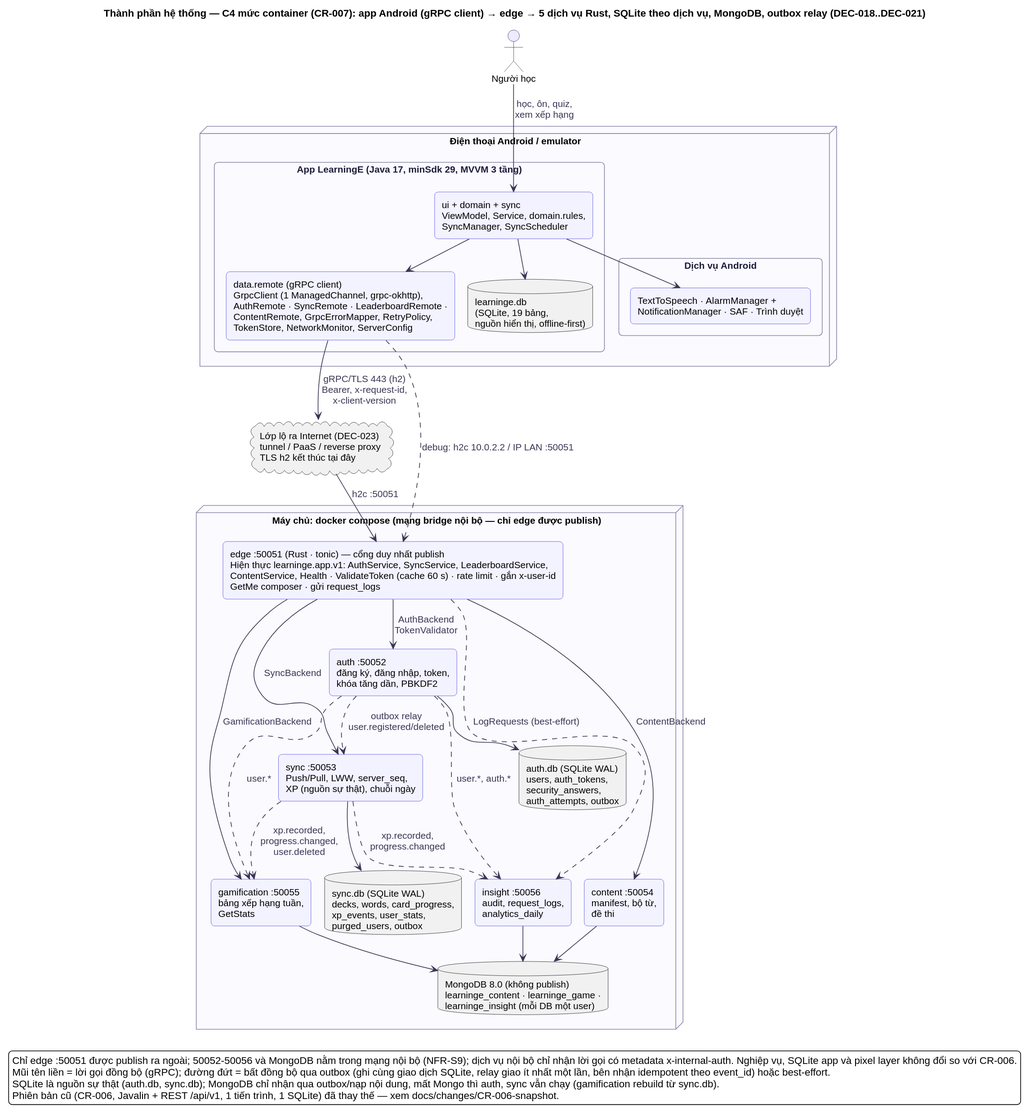
Before: docs/diagrams/architecture/arc-components.svg, a diagram exported from PlantUML (at1308033-sketch/LearningE_app).
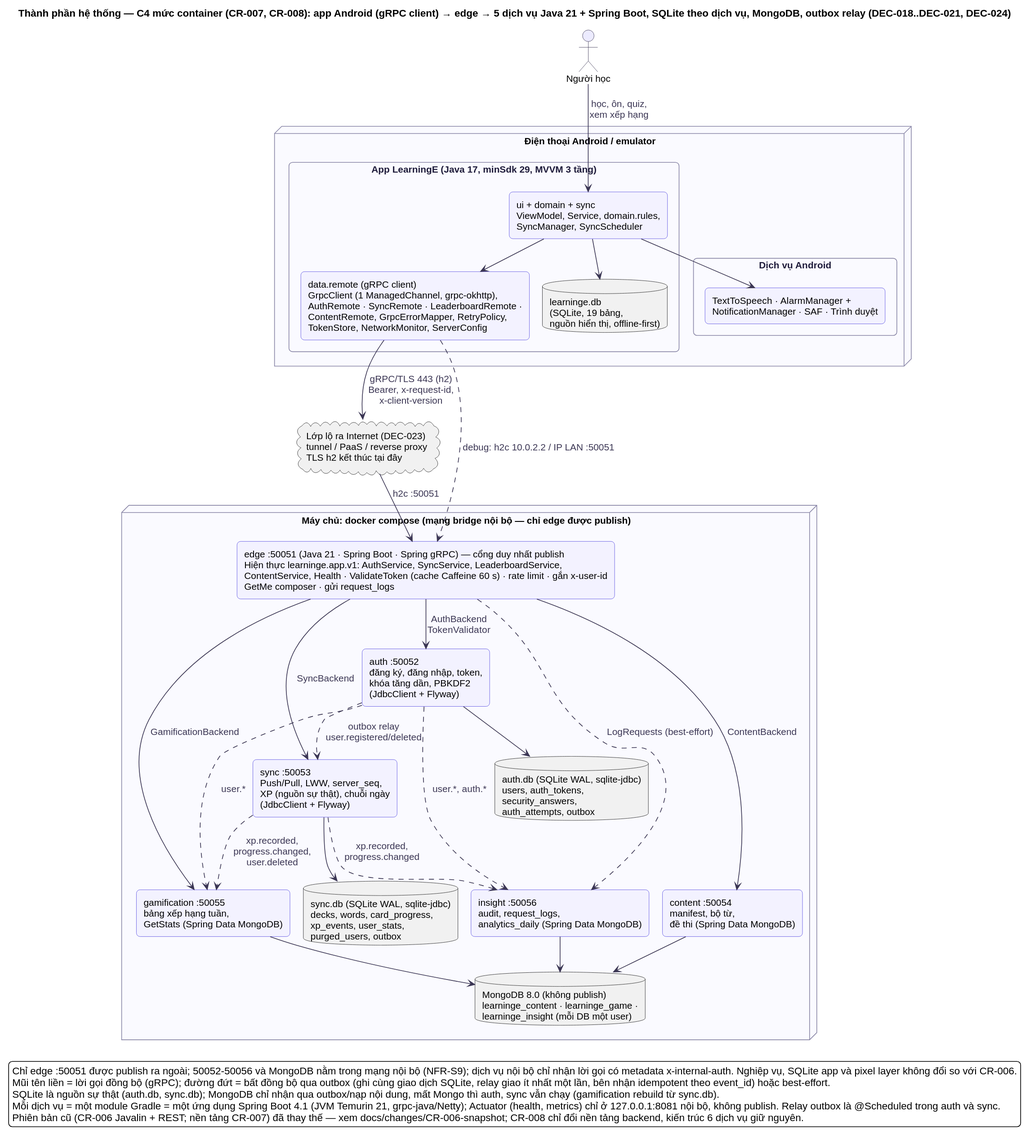
After the commit.

What changed in the source:
```diff
@@ -1,6 +1,6 @@
 @startuml
 !include ../_style.puml
-title Thành phần hệ thống — C4 mức container (CR-007): app Android (gRPC client) → edge → 5 dịch vụ Rust, SQLite theo dịch vụ, MongoDB, outbox relay (DEC-018..DEC-021)
+title Thành phần hệ thống — C4 mức container (CR-007, CR-008): app Android (gRPC client) → edge → 5 dịch vụ Java 21 + Spring Boot, SQLite theo dịch vụ, MongoDB, outbox relay (DEC-018..DEC-021, DEC-024)
 skinparam componentStyle rectangle
 skinparam dpi 110
 
@@ -20,16 +20,16 @@
 cloud "Lớp lộ ra Internet (DEC-023)\ntunnel / PaaS / reverse proxy\nTLS h2 kết thúc tại đây" as EXPO
 
 node "Máy chủ: docker compose (mạng bridge nội bộ — chỉ edge được publish)" as HOST {
-  component "edge :50051 (Rust · tonic) — cổng duy nhất publish\nHiện thực learninge.app.v1: AuthService, SyncService, LeaderboardService,\nContentService, Health · ValidateToken (cache 60 s) · rate limit · gắn x-user-id\nGetMe composer · gửi request_logs" as EDGE
+  component "edge :50051 (Java 21 · Spring Boot · Spring gRPC) — cổng duy nhất publish\nHiện thực learninge.app.v1: AuthService, SyncService, LeaderboardService,\nContentService, Health · ValidateToken (cache Caffeine 60 s) · rate limit · gắn x-user-id\nGetMe composer · gửi request_logs" as EDGE
 
-  component "auth :50052\nđăng ký, đăng nhập, token,\nkhóa tăng dần, PBKDF2" as AUTH
-  component "sync :50053\nPush/Pull, LWW, server_seq,\nXP (nguồn sự thật), chuỗi ngày" as SYNC
-  component "gamification :50055\nbảng xếp hạng tuần,\nGetStats" as GAME
-  component "insight :50056\naudit, request_logs,\nanalytics_daily" as INSI
-  component "content :50054\nmanifest, bộ từ,\nđề thi" as CONT
+  component "auth :50052\nđăng ký, đăng nhập, token,\nkhóa tăng dần, PBKDF2\n(JdbcClient + Flyway)" as AUTH
+  component "sync :50053\nPush/Pull, LWW, server_seq,\nXP (nguồn sự thật), chuỗi ngày\n(JdbcClient + Flyway)" as SYNC
+  component "gamification :50055\nbảng xếp hạng tuần,\nGetStats (Spring Data MongoDB)" as GAME
+  component "insight :50056\naudit, request_logs,\nanalytics_daily (Spring Data MongoDB)" as INSI
+  component "content :50054\nmanifest, bộ từ,\nđề thi (Spring Data MongoDB)" as CONT
 
-  database "auth.db (SQLite WAL)\nusers, auth_tokens,\nsecurity_answers,\nauth_attempts, outbox" as ADB
-  database "sync.db (SQLite WAL)\ndecks, words, card_progress,\nxp_events, user_stats,\npurged_users, outbox" as SDB
+  database "auth.db (SQLite WAL, sqlite-jdbc)\nusers, auth_tokens,\nsecurity_answers,\nauth_attempts, outbox" as ADB
+  database "sync.db (SQLite WAL, sqlite-jdbc)\ndecks, words, card_progress,\nxp_events, user_stats,\npurged_users, outbox" as SDB
   database "MongoDB 8.0 (không publish)\nlearninge_content · learninge_game ·\nlearninge_insight (mỗi DB một user)" as MDB
 }
 
@@ -68,6 +68,7 @@
   Chỉ edge :50051 được publish ra ngoài; 50052-50056 và MongoDB nằm trong mạng nội bộ (NFR-S9); dịch vụ nội bộ chỉ nhận lời gọi có metadata x-internal-auth. Nghiệp vụ, SQLite app và pixel layer không đổi so với CR-006.
   Mũi tên liền = lời gọi đồng bộ (gRPC); đường đứt = bất đồng bộ qua outbox (ghi cùng giao dịch SQLite, relay giao ít nhất một lần, bên nhận idempotent theo event_id) hoặc best-effort.
   SQLite là nguồn sự thật (auth.db, sync.db); MongoDB chỉ nhận qua outbox/nạp nội dung, mất Mongo thì auth, sync vẫn chạy (gamification rebuild từ sync.db).
-  Phiên bản cũ (CR-006, Javalin + REST /api/v1, 1 tiến trình, 1 SQLite) đã thay thế — xem docs/changes/CR-006-snapshot.
+  Mỗi dịch vụ = một module Gradle = một ứng dụng Spring Boot 4.1 (JVM Temurin 21, grpc-java/Netty); Actuator (health, metrics) chỉ ở 127.0.0.1:8081 nội bộ, không publish. Relay outbox là @Scheduled trong auth và sync.
+  Phiên bản cũ (CR-006 Javalin + REST; nền tảng CR-007) đã thay thế — xem docs/changes/CR-006-snapshot; CR-008 chỉ đổi nền tảng backend, kiến trúc 6 dịch vụ giữ nguyên.
 endlegend
 @enduml
```
